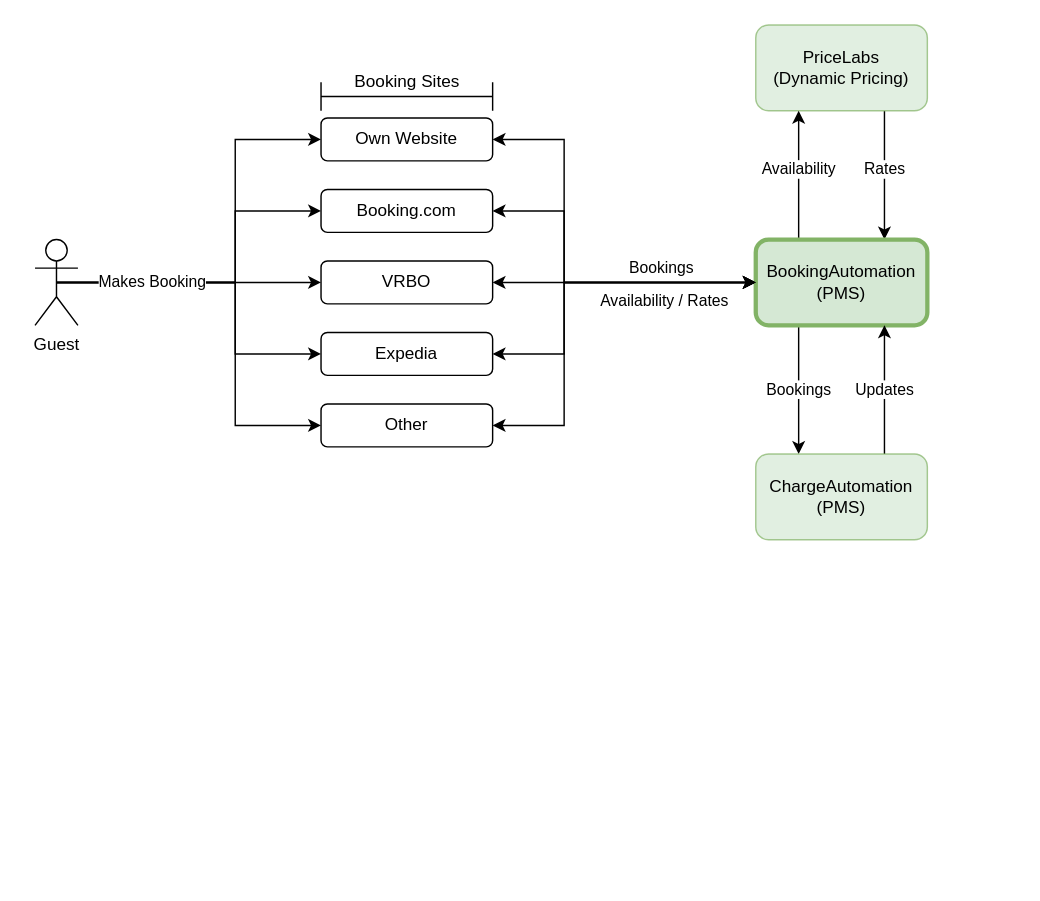
The draw.io diagram DriftwoodVilla.drawio in Carbon-Labs/Diagrams, before the edit. Source tidied: cells renumbered, new cells numbered last; positions are measured from the earlier drawing's top-left corner, leaving out a move shared by most shapes. Both pictures are drawn from the tidied source at 143%, with x=0, y=0 at pixel (34, 24).
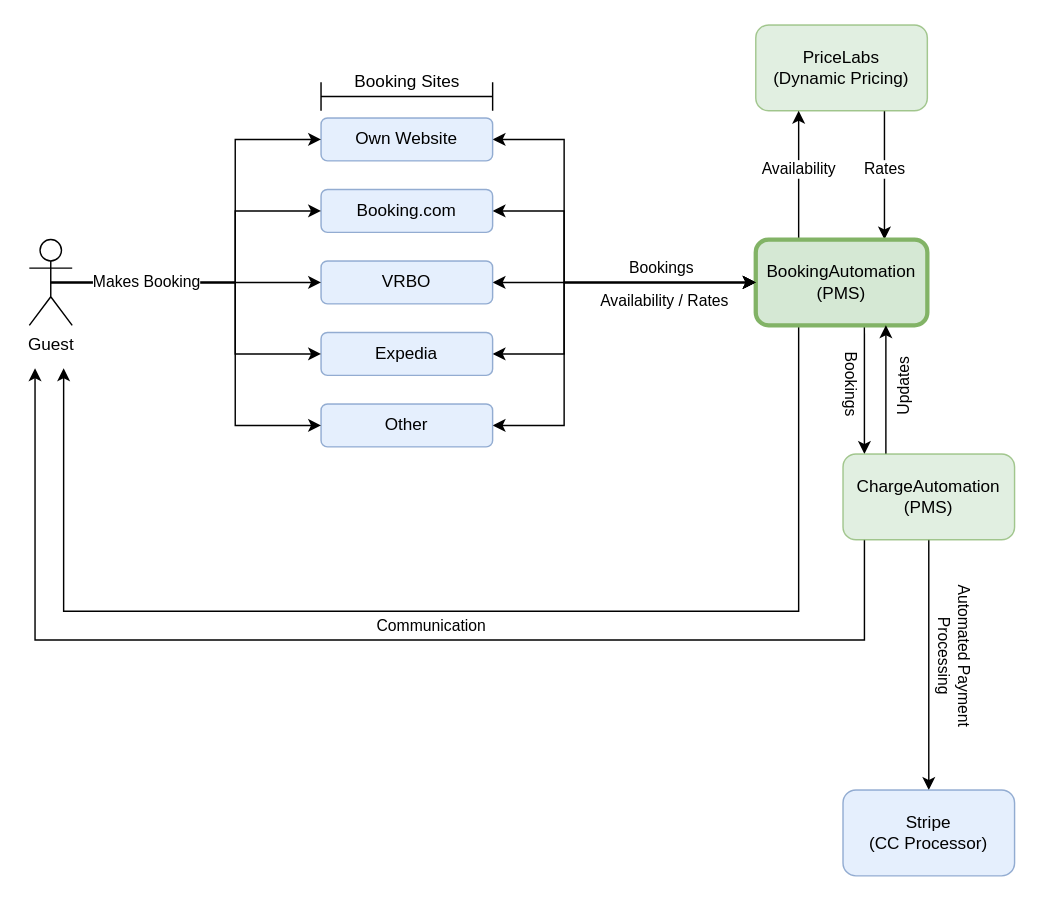
The same page after the edit.

The change refers to these unchanged cells:
```xml
<mxCell id="9" value="BookingAutomation&lt;br&gt;(PMS)" style="rounded=1;whiteSpace=wrap;html=1;fillColor=#d5e8d4;strokeColor=#82b366;strokeWidth=3;" parent="1" vertex="1">
  <mxGeometry x="504" y="150" width="120" height="60" as="geometry" />
</mxCell>
```

Change to the diagram source:
```diff
@@
+    <mxCell id="8" style="edgeStyle=orthogonalEdgeStyle;rounded=0;jettySize=auto;html=1;exitX=0;exitY=0.5;exitDx=0;exitDy=0;entryX=1;entryY=0.5;entryDx=0;entryDy=0;startArrow=classic;startFill=1;" parent="1" edge="1" source="9" target="15">
+      <mxGeometry relative="1" as="geometry" />
+    </mxCell>
+    <mxCell id="33" style="edgeStyle=orthogonalEdgeStyle;rounded=0;jettySize=auto;html=1;exitX=0.25;exitY=1;exitDx=0;exitDy=0;startArrow=none;startFill=0;" parent="1" edge="1" source="9">
+      <mxGeometry relative="1" as="geometry">
+        <mxPoint x="20" y="240" as="targetPoint" />
+        <Array as="points">
+          <mxPoint x="534" y="410" />
+          <mxPoint x="20" y="410" />
+          <mxPoint x="20" y="240" />
+        </Array>
+      </mxGeometry>
+    </mxCell>
+    <mxCell id="34" style="edgeStyle=orthogonalEdgeStyle;rounded=0;jettySize=auto;html=1;exitX=0.633;exitY=0.983;exitDx=0;exitDy=0;startArrow=none;startFill=0;exitPerimeter=0;entryX=0.125;entryY=0;entryDx=0;entryDy=0;entryPerimeter=0;" parent="1" edge="1" source="9" target="11">
+      <mxGeometry relative="1" as="geometry" />
+    </mxCell>
-    <mxCell id="7" value="Bookings" style="edgeStyle=orthogonalEdgeStyle;rounded=0;jettySize=auto;html=1;exitX=0.25;exitY=1;exitDx=0;exitDy=0;entryX=0.25;entryY=0;entryDx=0;entryDy=0;" parent="1" edge="1" source="9" target="11">
-      <mxGeometry relative="1" as="geometry" />
+    <mxCell id="7" value="Bookings" style="edgeLabel;html=1;align=center;verticalAlign=middle;rotation=90;" parent="34" vertex="1">
+      <mxGeometry x="-0.14" y="1" relative="1" as="geometry">
+        <mxPoint x="-10" y="3" as="offset" />
+      </mxGeometry>
     </mxCell>
-    <mxCell id="8" style="edgeStyle=orthogonalEdgeStyle;rounded=0;jettySize=auto;html=1;exitX=0;exitY=0.5;exitDx=0;exitDy=0;entryX=1;entryY=0.5;entryDx=0;entryDy=0;startArrow=classic;startFill=1;" parent="1" edge="1" source="9" target="15">
-      <mxGeometry relative="1" as="geometry" />
-    </mxCell>
@@
-    <mxCell id="10" value="Updates" style="edgeStyle=orthogonalEdgeStyle;rounded=0;jettySize=auto;html=1;exitX=0.75;exitY=0;exitDx=0;exitDy=0;entryX=0.75;entryY=1;entryDx=0;entryDy=0;" parent="1" edge="1" source="11" target="9">
-      <mxGeometry relative="1" as="geometry" />
-    </mxCell>
+    <mxCell id="35" style="edgeStyle=orthogonalEdgeStyle;rounded=0;jettySize=auto;html=1;exitX=0.125;exitY=1;exitDx=0;exitDy=0;startArrow=none;startFill=0;exitPerimeter=0;" parent="1" edge="1" source="11">
+      <mxGeometry relative="1" as="geometry">
+        <mxPoint y="240" as="targetPoint" />
+        <Array as="points">
+          <mxPoint x="580" y="430" />
+          <mxPoint y="430" />
+        </Array>
+      </mxGeometry>
+    </mxCell>
+    <mxCell id="36" value="Communication" style="edgeLabel;html=1;align=center;verticalAlign=middle;" parent="35" vertex="1">
+      <mxGeometry x="-0.11" y="1" relative="1" as="geometry">
+        <mxPoint y="-12" as="offset" />
+      </mxGeometry>
+    </mxCell>
+    <mxCell id="37" style="edgeStyle=orthogonalEdgeStyle;rounded=0;jettySize=auto;html=1;exitX=0.5;exitY=1;exitDx=0;exitDy=0;entryX=0.5;entryY=0;entryDx=0;entryDy=0;startArrow=none;startFill=0;" parent="1" edge="1" source="11" target="40">
+      <mxGeometry relative="1" as="geometry" />
+    </mxCell>
+    <mxCell id="38" value="Automated Payment&lt;br&gt;Processing" style="edgeLabel;html=1;align=center;verticalAlign=middle;rotation=90;" parent="37" vertex="1">
+      <mxGeometry x="0.03" y="2" relative="1" as="geometry">
+        <mxPoint x="17" y="-10" as="offset" />
+      </mxGeometry>
+    </mxCell>
+    <mxCell id="39" style="edgeStyle=orthogonalEdgeStyle;rounded=0;jettySize=auto;html=1;exitX=0.25;exitY=0;exitDx=0;exitDy=0;startArrow=none;startFill=0;" parent="1" edge="1" source="11">
+      <mxGeometry relative="1" as="geometry">
+        <mxPoint x="595" y="210" as="targetPoint" />
+      </mxGeometry>
+    </mxCell>
     <mxCell id="11" value="ChargeAutomation&lt;br&gt;(PMS)" style="rounded=1;whiteSpace=wrap;html=1;fillColor=#d5e8d4;strokeColor=#82b366;opacity=70;" parent="1" vertex="1">
-      <mxGeometry x="504" y="300" width="120" height="60" as="geometry" />
+      <mxGeometry x="565" y="300" width="120" height="60" as="geometry" />
     </mxCell>
@@
-    <mxCell id="13" value="Booking.com" style="rounded=1;whiteSpace=wrap;html=1;" parent="1" vertex="1">
+    <mxCell id="13" value="Booking.com" style="rounded=1;whiteSpace=wrap;html=1;opacity=70;fillColor=#dae8fc;strokeColor=#6c8ebf;" parent="1" vertex="1">
       <mxGeometry x="200" y="115" width="120" height="30" as="geometry" />
     </mxCell>
@@
-    <mxCell id="15" value="VRBO" style="rounded=1;whiteSpace=wrap;html=1;" parent="1" vertex="1">
+    <mxCell id="15" value="VRBO" style="rounded=1;whiteSpace=wrap;html=1;fillColor=#dae8fc;strokeColor=#6c8ebf;opacity=70;" parent="1" vertex="1">
       <mxGeometry x="200" y="165" width="120" height="30" as="geometry" />
     </mxCell>
@@
-    <mxCell id="17" value="Own Website" style="rounded=1;whiteSpace=wrap;html=1;" parent="1" vertex="1">
+    <mxCell id="17" value="Own Website" style="rounded=1;whiteSpace=wrap;html=1;fillColor=#dae8fc;strokeColor=#6c8ebf;opacity=70;strokeWidth=1;" parent="1" vertex="1">
       <mxGeometry x="200" y="65" width="120" height="30" as="geometry" />
     </mxCell>
@@
-    <mxCell id="19" value="Expedia" style="rounded=1;whiteSpace=wrap;html=1;" parent="1" vertex="1">
+    <mxCell id="19" value="Expedia" style="rounded=1;whiteSpace=wrap;html=1;fillColor=#dae8fc;strokeColor=#6c8ebf;opacity=70;" parent="1" vertex="1">
       <mxGeometry x="200" y="215" width="120" height="30" as="geometry" />
     </mxCell>
@@
-    <mxCell id="22" value="Other" style="rounded=1;whiteSpace=wrap;html=1;" parent="1" vertex="1">
+    <mxCell id="22" value="Other" style="rounded=1;whiteSpace=wrap;html=1;fillColor=#dae8fc;strokeColor=#6c8ebf;opacity=70;" parent="1" vertex="1">
       <mxGeometry x="200" y="265" width="120" height="30" as="geometry" />
     </mxCell>
@@
     <mxCell id="29" value="Guest" style="shape=umlActor;verticalLabelPosition=bottom;verticalAlign=top;html=1;outlineConnect=0;" parent="1" vertex="1">
-      <mxGeometry y="150" width="30" height="60" as="geometry" />
+      <mxGeometry x="-4" y="150" width="30" height="60" as="geometry" />
     </mxCell>
-    <mxCell id="30" style="shape=crossbar;whiteSpace=wrap;html=1;rounded=1;" parent="1" vertex="1">
+    <mxCell id="30" style="shape=crossbar;whiteSpace=wrap;html=1;rounded=1;fillColor=#dae8fc;strokeColor=default;" parent="1" vertex="1">
       <mxGeometry x="200" y="40" width="120" height="20" as="geometry" />
     </mxCell>
-    <mxCell id="31" value="Booking Sites" style="text;html=1;align=center;verticalAlign=middle;strokeColor=none;fillColor=none;" parent="1" vertex="1">
+    <mxCell id="31" value="Booking Sites" style="text;html=1;align=center;verticalAlign=middle;" parent="1" vertex="1">
       <mxGeometry x="215" y="30" width="90" height="20" as="geometry" />
     </mxCell>
@@
+    <mxCell id="40" value="Stripe&lt;br&gt;(CC Processor)" style="rounded=1;whiteSpace=wrap;html=1;fillColor=#dae8fc;strokeColor=#6c8ebf;opacity=70;" parent="1" vertex="1">
+      <mxGeometry x="565" y="535" width="120" height="60" as="geometry" />
+    </mxCell>
+    <mxCell id="10" value="Updates" style="edgeLabel;html=1;align=center;verticalAlign=middle;rotation=-90;" parent="1" vertex="1">
+      <mxGeometry x="608" y="252" as="geometry">
+        <mxPoint x="-2" y="-1" as="offset" />
+      </mxGeometry>
+    </mxCell>
```
